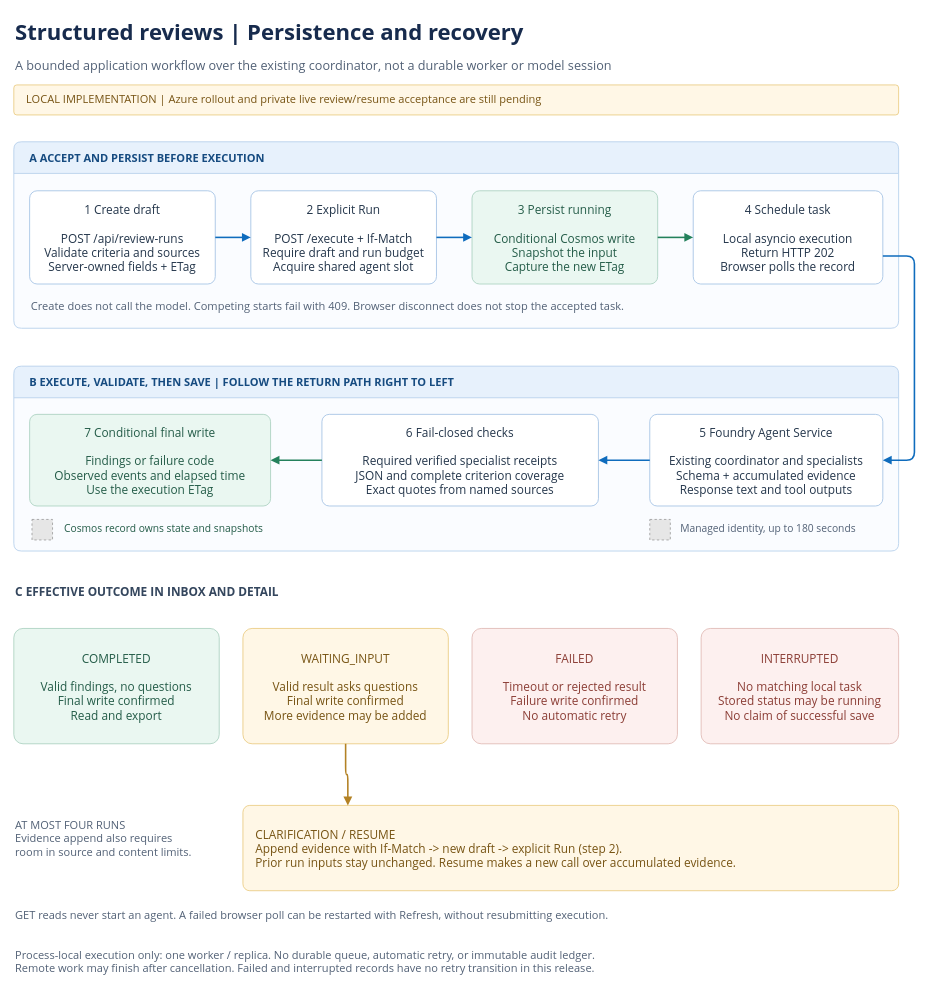
michael-rechani/foundry-agent-accelerator keeps this draw.io diagram as docs/images/review-lifecycle.drawio. Above is the earlier version. Source tidied: cells renumbered, new cells numbered last; positions are measured from the earlier drawing's top-left corner, leaving out a move shared by most shapes. Both pictures are drawn from the tidied source at 79%, with x=0, y=0 at pixel (13, 13). Pictures stored in the file or linked from it are replaced by grey dashed boxes.
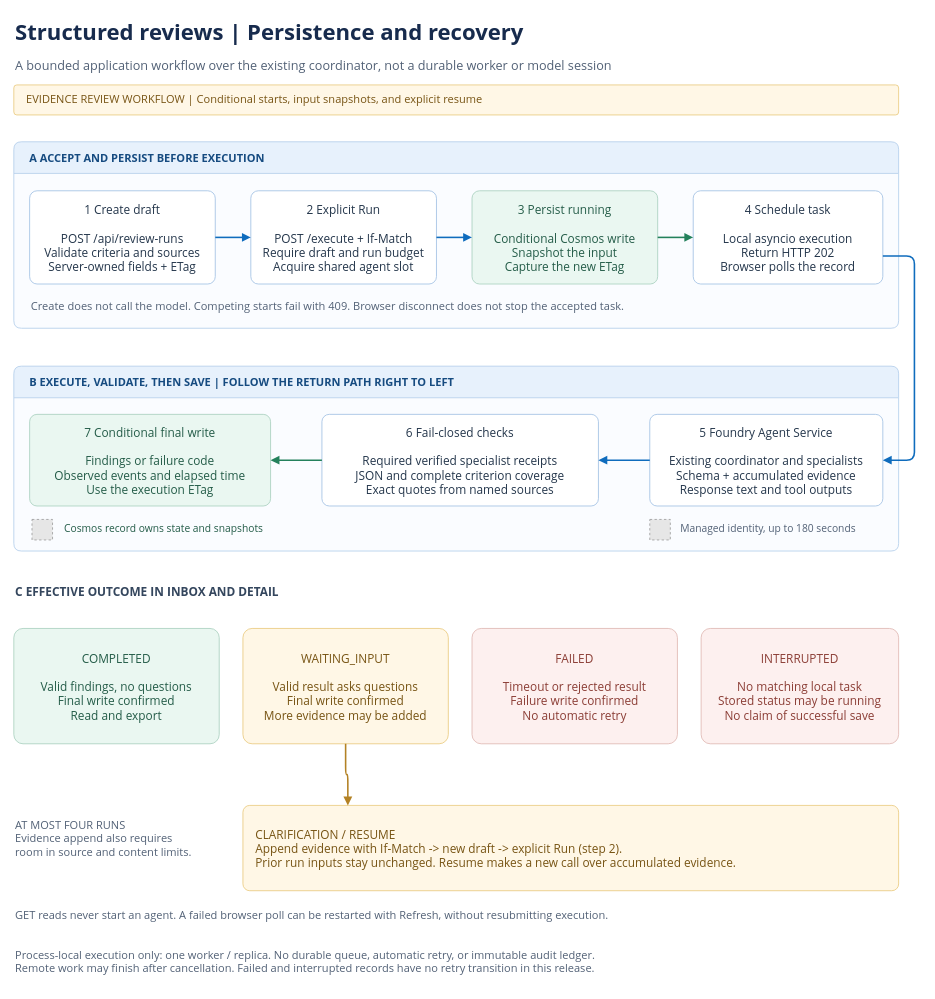
The same page after the edit.

Change to the diagram source:
```diff
@@
-    <mxCell id="4" value="LOCAL IMPLEMENTATION  |  Azure rollout and private live review/resume acceptance are still pending" style="rounded=1;arcSize=10;whiteSpace=wrap;html=0;align=left;spacingLeft=14;fillColor=#FFF7E6;strokeColor=#E8C779;fontFamily=Segoe UI;fontSize=14;fontColor=#775414;" parent="1" vertex="1">
+    <mxCell id="4" value="EVIDENCE REVIEW WORKFLOW  |  Conditional starts, input snapshots, and explicit resume" style="rounded=1;arcSize=10;whiteSpace=wrap;html=0;align=left;spacingLeft=14;fillColor=#FFF7E6;strokeColor=#E8C779;fontFamily=Segoe UI;fontSize=14;fontColor=#775414;" parent="1" vertex="1">
       <mxGeometry y="90" width="1120" height="38" as="geometry" />
     </mxCell>
```
